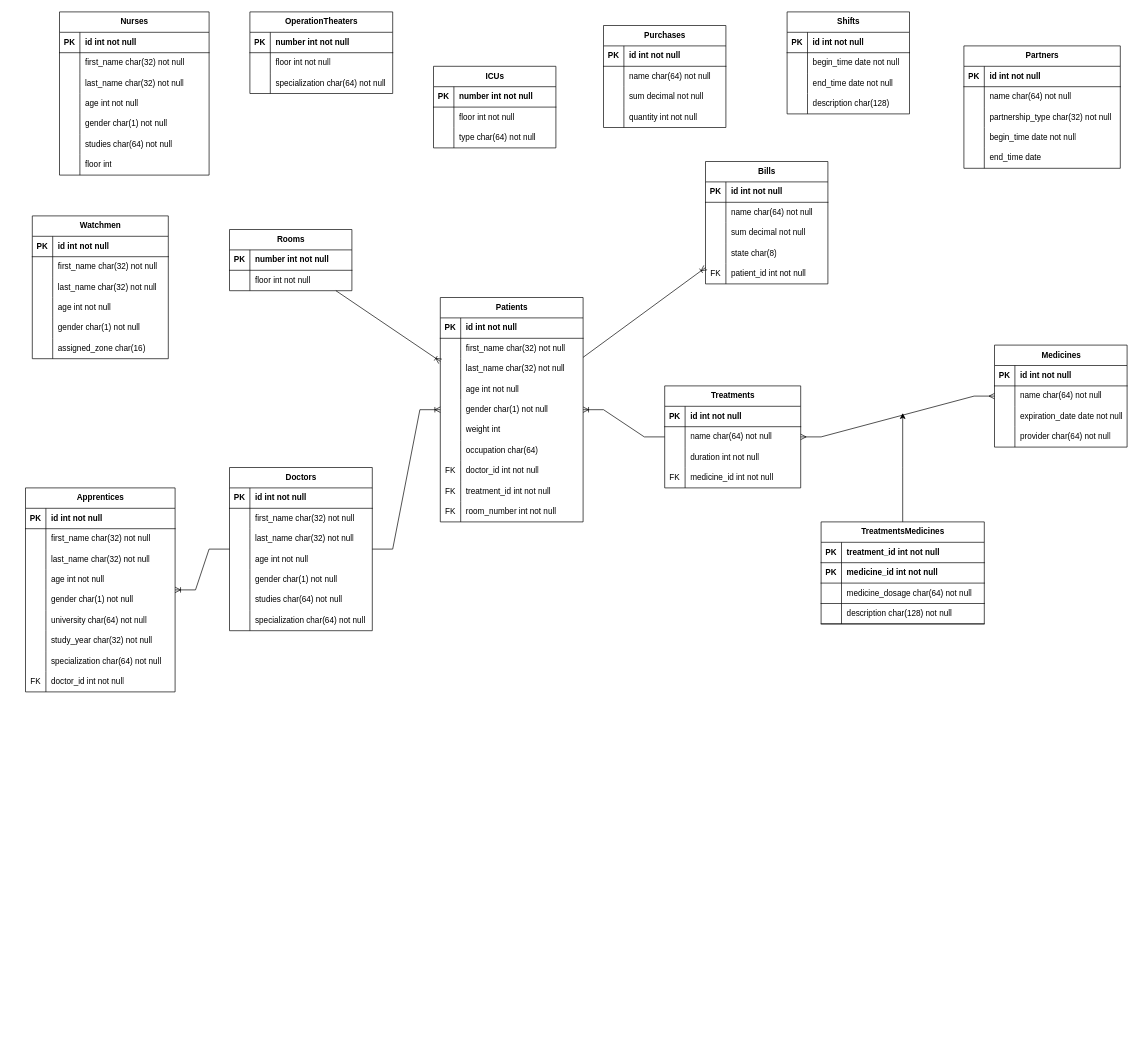
Before: relational_model.drawio in SimonMaracine/hospital-database-project, a draw.io diagram. Source tidied: cells renumbered, new cells numbered last; positions are measured from the earlier drawing's top-left corner, leaving out a move shared by most shapes. Both pictures are drawn from the tidied source at 68%, with x=0, y=0 at pixel (25, 12).
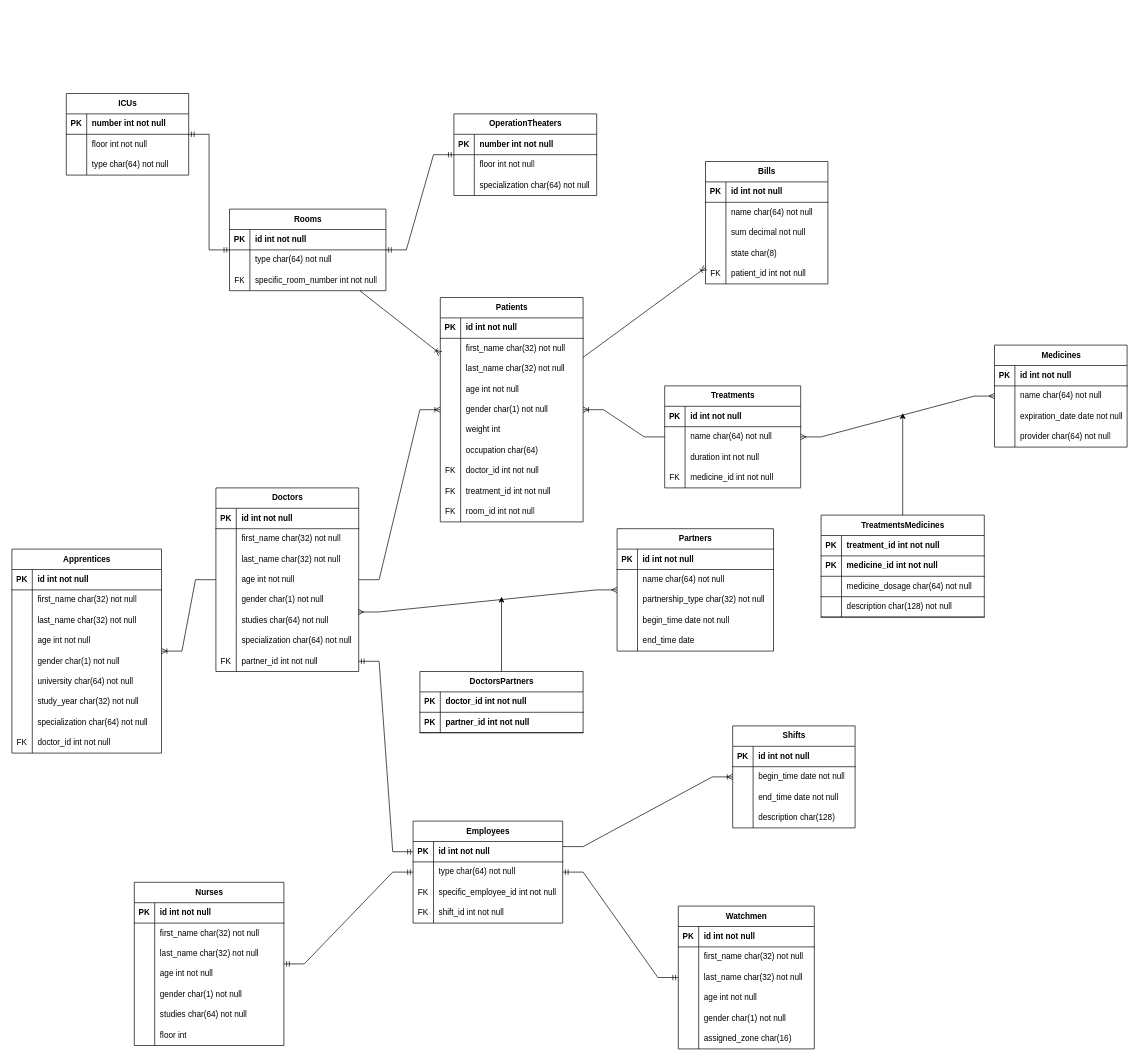
The same page after the edit.

Commit message (it also covers changes not shown here):
Remake the relational model diagram and fix a thing in E-R

Unchanged cells that the change refers to:
```xml
<mxCell id="133" style="shape=tableRow;horizontal=0;startSize=0;swimlaneHead=0;swimlaneBody=0;fillColor=none;top=0;left=0;right=0;bottom=0;" parent="105" vertex="1">
  <mxGeometry y="300" width="210" height="30" as="geometry" />
</mxCell>
<mxCell id="172" style="shape=tableRow;horizontal=0;startSize=0;swimlaneHead=0;swimlaneBody=0;fillColor=none;points=[[0,0.5],[1,0.5]];portConstraint=eastwest;top=0;left=0;right=0;bottom=0;" parent="159" vertex="1">
  <mxGeometry y="150" width="210" height="30" as="geometry" />
</mxCell>
```

Diff of the diagram source:
```diff
@@
     <mxCell id="2" value="Nurses" style="shape=table;startSize=30;childLayout=tableLayout;rowLines=0;fontStyle=1;align=center;html=1;" parent="1" vertex="1">
-      <mxGeometry x="50" width="220" height="240" as="geometry" />
+      <mxGeometry x="160" y="1280" width="220" height="240" as="geometry" />
     </mxCell>
@@
     <mxCell id="24" value="ICUs" style="shape=table;startSize=30;childLayout=tableLayout;rowLines=0;fontStyle=1;align=center;html=1;" parent="1" vertex="1">
-      <mxGeometry x="600" y="80" width="180" height="120" as="geometry" />
+      <mxGeometry x="60" y="120" width="180" height="120" as="geometry" />
     </mxCell>
@@
     <mxCell id="34" value="OperationTheaters" style="shape=table;startSize=30;childLayout=tableLayout;rowLines=0;fontStyle=1;align=center;html=1;" parent="1" vertex="1">
-      <mxGeometry x="330" width="210" height="120" as="geometry" />
+      <mxGeometry x="630" y="150" width="210" height="120" as="geometry" />
     </mxCell>
@@
     <mxCell id="44" value="Watchmen" style="shape=table;startSize=30;childLayout=tableLayout;rowLines=0;fontStyle=1;align=center;html=1;" parent="1" vertex="1">
-      <mxGeometry x="10" y="300" width="200" height="210" as="geometry" />
+      <mxGeometry x="960" y="1315" width="200" height="210" as="geometry" />
     </mxCell>
@@
-    <mxCell id="63" value="Purchases" style="shape=table;startSize=30;childLayout=tableLayout;rowLines=0;fontStyle=1;align=center;html=1;" parent="1" vertex="1">
-      <mxGeometry x="850" y="20" width="180" height="150" as="geometry" />
-    </mxCell>
-    <mxCell id="64" style="shape=tableRow;horizontal=0;startSize=0;swimlaneHead=0;swimlaneBody=0;fillColor=none;top=0;left=0;right=0;bottom=1;" parent="63" vertex="1">
-      <mxGeometry y="30" width="180" height="30" as="geometry" />
-    </mxCell>
-    <mxCell id="65" value="PK" style="shape=partialRectangle;fillColor=none;top=0;left=0;bottom=0;right=0;fontStyle=1;overflow=hidden;whiteSpace=wrap;html=1;" parent="64" vertex="1">
-      <mxGeometry width="30" height="30" as="geometry" />
-    </mxCell>
-    <mxCell id="66" value="id int not null" style="shape=partialRectangle;fillColor=none;top=0;left=0;bottom=0;right=0;align=left;spacingLeft=6;fontStyle=1;overflow=hidden;whiteSpace=wrap;html=1;" parent="64" vertex="1">
-      <mxGeometry x="30" width="150" height="30" as="geometry" />
-    </mxCell>
-    <mxCell id="67" style="shape=tableRow;horizontal=0;startSize=0;swimlaneHead=0;swimlaneBody=0;fillColor=none;top=0;left=0;right=0;bottom=0;" parent="63" vertex="1">
-      <mxGeometry y="60" width="180" height="30" as="geometry" />
-    </mxCell>
-    <mxCell id="68" style="shape=partialRectangle;fillColor=none;top=0;left=0;bottom=0;right=0;overflow=hidden;whiteSpace=wrap;html=1;" parent="67" vertex="1">
-      <mxGeometry width="30" height="30" as="geometry" />
-    </mxCell>
-    <mxCell id="69" value="name char(64) not null" style="shape=partialRectangle;fillColor=none;top=0;left=0;bottom=0;right=0;align=left;spacingLeft=6;overflow=hidden;whiteSpace=wrap;html=1;" parent="67" vertex="1">
-      <mxGeometry x="30" width="150" height="30" as="geometry" />
-    </mxCell>
-    <mxCell id="70" style="shape=tableRow;horizontal=0;startSize=0;swimlaneHead=0;swimlaneBody=0;fillColor=none;top=0;left=0;right=0;bottom=0;" parent="63" vertex="1">
-      <mxGeometry y="90" width="180" height="30" as="geometry" />
-    </mxCell>
-    <mxCell id="71" style="shape=partialRectangle;fillColor=none;top=0;left=0;bottom=0;right=0;overflow=hidden;whiteSpace=wrap;html=1;" parent="70" vertex="1">
-      <mxGeometry width="30" height="30" as="geometry" />
-    </mxCell>
-    <mxCell id="72" value="sum decimal not null" style="shape=partialRectangle;fillColor=none;top=0;left=0;bottom=0;right=0;align=left;spacingLeft=6;overflow=hidden;whiteSpace=wrap;html=1;" parent="70" vertex="1">
-      <mxGeometry x="30" width="150" height="30" as="geometry" />
-    </mxCell>
-    <mxCell id="73" style="shape=tableRow;horizontal=0;startSize=0;swimlaneHead=0;swimlaneBody=0;fillColor=none;top=0;left=0;right=0;bottom=0;" parent="63" vertex="1">
-      <mxGeometry y="120" width="180" height="30" as="geometry" />
-    </mxCell>
-    <mxCell id="74" style="shape=partialRectangle;fillColor=none;top=0;left=0;bottom=0;right=0;overflow=hidden;whiteSpace=wrap;html=1;" parent="73" vertex="1">
-      <mxGeometry width="30" height="30" as="geometry" />
-    </mxCell>
-    <mxCell id="75" value="quantity int not null" style="shape=partialRectangle;fillColor=none;top=0;left=0;bottom=0;right=0;align=left;spacingLeft=6;overflow=hidden;whiteSpace=wrap;html=1;" parent="73" vertex="1">
-      <mxGeometry x="30" width="150" height="30" as="geometry" />
-    </mxCell>
     <mxCell id="76" value="Shifts" style="shape=table;startSize=30;childLayout=tableLayout;rowLines=0;fontStyle=1;align=center;html=1;" parent="1" vertex="1">
-      <mxGeometry x="1120" width="180" height="150" as="geometry" />
+      <mxGeometry x="1040" y="1050" width="180" height="150" as="geometry" />
     </mxCell>
@@
     <mxCell id="89" value="Partners" style="shape=table;startSize=30;childLayout=tableLayout;rowLines=0;fontStyle=1;align=center;html=1;" parent="1" vertex="1">
-      <mxGeometry x="1380" y="50" width="230" height="180" as="geometry" />
+      <mxGeometry x="870" y="760" width="230" height="180" as="geometry" />
     </mxCell>
@@
-    <mxCell id="135" value="room_number int not null" style="shape=partialRectangle;fillColor=none;top=0;left=0;bottom=0;right=0;align=left;spacingLeft=6;overflow=hidden;whiteSpace=wrap;html=1;" parent="133" vertex="1">
+    <mxCell id="135" value="room_id int not null" style="shape=partialRectangle;fillColor=none;top=0;left=0;bottom=0;right=0;align=left;spacingLeft=6;overflow=hidden;whiteSpace=wrap;html=1;" parent="133" vertex="1">
       <mxGeometry x="30" width="180" height="30" as="geometry" />
     </mxCell>
     <mxCell id="136" value="Rooms" style="shape=table;startSize=30;childLayout=tableLayout;rowLines=0;fontStyle=1;align=center;html=1;" parent="1" vertex="1">
-      <mxGeometry x="300" y="320" width="180" height="90" as="geometry" />
+      <mxGeometry x="300" y="290" width="230" height="120" as="geometry" />
     </mxCell>
     <mxCell id="137" style="shape=tableRow;horizontal=0;startSize=0;swimlaneHead=0;swimlaneBody=0;fillColor=none;top=0;left=0;right=0;bottom=1;" parent="136" vertex="1">
-      <mxGeometry y="30" width="180" height="30" as="geometry" />
+      <mxGeometry y="30" width="230" height="30" as="geometry" />
     </mxCell>
@@
-    <mxCell id="139" value="number int not null" style="shape=partialRectangle;fillColor=none;top=0;left=0;bottom=0;right=0;align=left;spacingLeft=6;fontStyle=1;overflow=hidden;whiteSpace=wrap;html=1;" parent="137" vertex="1">
-      <mxGeometry x="30" width="150" height="30" as="geometry" />
+    <mxCell id="139" value="id int not null" style="shape=partialRectangle;fillColor=none;top=0;left=0;bottom=0;right=0;align=left;spacingLeft=6;fontStyle=1;overflow=hidden;whiteSpace=wrap;html=1;" parent="137" vertex="1">
+      <mxGeometry x="30" width="200" height="30" as="geometry" />
     </mxCell>
-    <mxCell id="140" style="shape=tableRow;horizontal=0;startSize=0;swimlaneHead=0;swimlaneBody=0;fillColor=none;top=0;left=0;right=0;bottom=0;" parent="136" vertex="1">
-      <mxGeometry y="60" width="180" height="30" as="geometry" />
-    </mxCell>
-    <mxCell id="141" style="shape=partialRectangle;fillColor=none;top=0;left=0;bottom=0;right=0;overflow=hidden;whiteSpace=wrap;html=1;" parent="140" vertex="1">
-      <mxGeometry width="30" height="30" as="geometry" />
-    </mxCell>
-    <mxCell id="142" value="floor int not null" style="shape=partialRectangle;fillColor=none;top=0;left=0;bottom=0;right=0;align=left;spacingLeft=6;overflow=hidden;whiteSpace=wrap;html=1;" parent="140" vertex="1">
-      <mxGeometry x="30" width="150" height="30" as="geometry" />
-    </mxCell>
+    <mxCell id="255" style="shape=tableRow;horizontal=0;startSize=0;swimlaneHead=0;swimlaneBody=0;fillColor=none;top=0;left=0;right=0;bottom=0;" parent="136" vertex="1">
+      <mxGeometry y="60" width="230" height="30" as="geometry" />
+    </mxCell>
+    <mxCell id="256" style="shape=partialRectangle;fillColor=none;top=0;left=0;bottom=0;right=0;overflow=hidden;whiteSpace=wrap;html=1;" parent="255" vertex="1">
+      <mxGeometry width="30" height="30" as="geometry" />
+    </mxCell>
+    <mxCell id="257" value="type char(64) not null" style="shape=partialRectangle;fillColor=none;top=0;left=0;bottom=0;right=0;align=left;spacingLeft=6;overflow=hidden;whiteSpace=wrap;html=1;" parent="255" vertex="1">
+      <mxGeometry x="30" width="200" height="30" as="geometry" />
+    </mxCell>
+    <mxCell id="258" style="shape=tableRow;horizontal=0;startSize=0;swimlaneHead=0;swimlaneBody=0;fillColor=none;top=0;left=0;right=0;bottom=0;" parent="136" vertex="1">
+      <mxGeometry y="90" width="230" height="30" as="geometry" />
+    </mxCell>
+    <mxCell id="259" value="FK" style="shape=partialRectangle;fillColor=none;top=0;left=0;bottom=0;right=0;overflow=hidden;whiteSpace=wrap;html=1;" parent="258" vertex="1">
+      <mxGeometry width="30" height="30" as="geometry" />
+    </mxCell>
+    <mxCell id="260" value="specific_room_number int not null" style="shape=partialRectangle;fillColor=none;top=0;left=0;bottom=0;right=0;align=left;spacingLeft=6;overflow=hidden;whiteSpace=wrap;html=1;" parent="258" vertex="1">
+      <mxGeometry x="30" width="200" height="30" as="geometry" />
+    </mxCell>
@@
     <mxCell id="159" value="Doctors" style="shape=table;startSize=30;childLayout=tableLayout;rowLines=0;fontStyle=1;align=center;html=1;" parent="1" vertex="1">
-      <mxGeometry x="300" y="670" width="210" height="240" as="geometry" />
+      <mxGeometry x="280" y="700" width="210" height="270" as="geometry" />
     </mxCell>
@@
+    <mxCell id="261" style="shape=tableRow;horizontal=0;startSize=0;swimlaneHead=0;swimlaneBody=0;fillColor=none;points=[[0,0.5],[1,0.5]];portConstraint=eastwest;top=0;left=0;right=0;bottom=0;" parent="159" vertex="1">
+      <mxGeometry y="240" width="210" height="30" as="geometry" />
+    </mxCell>
+    <mxCell id="262" value="FK" style="shape=partialRectangle;fillColor=none;top=0;left=0;bottom=0;right=0;overflow=hidden;whiteSpace=wrap;html=1;" parent="261" vertex="1">
+      <mxGeometry width="30" height="30" as="geometry" />
+    </mxCell>
+    <mxCell id="263" value="partner_id int not null" style="shape=partialRectangle;fillColor=none;top=0;left=0;bottom=0;right=0;align=left;spacingLeft=6;overflow=hidden;whiteSpace=wrap;html=1;" parent="261" vertex="1">
+      <mxGeometry x="30" width="180" height="30" as="geometry" />
+    </mxCell>
     <mxCell id="181" value="Apprentices" style="shape=table;startSize=30;childLayout=tableLayout;rowLines=0;fontStyle=1;align=center;html=1;" parent="1" vertex="1">
-      <mxGeometry y="700" width="220" height="300" as="geometry" />
+      <mxGeometry x="-20" y="790" width="220" height="300" as="geometry" />
     </mxCell>
@@
-    <mxCell id="235" style="edgeStyle=orthogonalEdgeStyle;rounded=0;jettySize=auto;html=1;exitX=0.5;exitY=0;exitDx=0;exitDy=0;" parent="1" edge="1" source="242">
-      <mxGeometry relative="1" as="geometry">
-        <mxPoint x="1290" y="590" as="targetPoint" />
-      </mxGeometry>
-    </mxCell>
@@
     <mxCell id="242" value="TreatmentsMedicines" style="shape=table;startSize=30;childLayout=tableLayout;rowLines=0;fontStyle=1;align=center;html=1;" parent="1" vertex="1">
-      <mxGeometry x="1170" y="750" width="240" height="150" as="geometry" />
+      <mxGeometry x="1170" y="740" width="240" height="150" as="geometry" />
     </mxCell>
@@
+    <mxCell id="264" style="edgeStyle=entityRelationEdgeStyle;fontSize=12;html=1;endArrow=ERmany;startArrow=ERmany;rounded=0;exitX=0.996;exitY=1.083;exitDx=0;exitDy=0;exitPerimeter=0;" parent="1" edge="1" source="172" target="89">
+      <mxGeometry relative="1" as="geometry" />
+    </mxCell>
+    <mxCell id="265" value="Employees" style="shape=table;startSize=30;childLayout=tableLayout;rowLines=0;fontStyle=1;align=center;html=1;" parent="1" vertex="1">
+      <mxGeometry x="570" y="1190" width="220" height="150" as="geometry" />
+    </mxCell>
+    <mxCell id="266" style="shape=tableRow;horizontal=0;startSize=0;swimlaneHead=0;swimlaneBody=0;fillColor=none;points=[[0,0.5],[1,0.5]];portConstraint=eastwest;top=0;left=0;right=0;bottom=1;" parent="265" vertex="1">
+      <mxGeometry y="30" width="220" height="30" as="geometry" />
+    </mxCell>
+    <mxCell id="267" value="PK" style="shape=partialRectangle;fillColor=none;top=0;left=0;bottom=0;right=0;fontStyle=1;overflow=hidden;whiteSpace=wrap;html=1;" parent="266" vertex="1">
+      <mxGeometry width="30" height="30" as="geometry" />
+    </mxCell>
+    <mxCell id="66" value="id int not null" style="shape=partialRectangle;fillColor=none;top=0;left=0;bottom=0;right=0;align=left;spacingLeft=6;fontStyle=1;overflow=hidden;whiteSpace=wrap;html=1;" parent="266" vertex="1">
+      <mxGeometry x="30" width="190" height="30" as="geometry" />
+    </mxCell>
+    <mxCell id="268" style="shape=tableRow;horizontal=0;startSize=0;swimlaneHead=0;swimlaneBody=0;fillColor=none;top=0;left=0;right=0;bottom=0;" parent="265" vertex="1">
+      <mxGeometry y="60" width="220" height="30" as="geometry" />
+    </mxCell>
+    <mxCell id="269" style="shape=partialRectangle;fillColor=none;top=0;left=0;bottom=0;right=0;overflow=hidden;whiteSpace=wrap;html=1;" parent="268" vertex="1">
+      <mxGeometry width="30" height="30" as="geometry" />
+    </mxCell>
+    <mxCell id="270" value="type char(64) not null" style="shape=partialRectangle;fillColor=none;top=0;left=0;bottom=0;right=0;align=left;spacingLeft=6;overflow=hidden;whiteSpace=wrap;html=1;" parent="268" vertex="1">
+      <mxGeometry x="30" width="190" height="30" as="geometry" />
+    </mxCell>
+    <mxCell id="271" style="shape=tableRow;horizontal=0;startSize=0;swimlaneHead=0;swimlaneBody=0;fillColor=none;top=0;left=0;right=0;bottom=0;" parent="265" vertex="1">
+      <mxGeometry y="90" width="220" height="30" as="geometry" />
+    </mxCell>
+    <mxCell id="272" value="FK" style="shape=partialRectangle;fillColor=none;top=0;left=0;bottom=0;right=0;overflow=hidden;whiteSpace=wrap;html=1;" parent="271" vertex="1">
+      <mxGeometry width="30" height="30" as="geometry" />
+    </mxCell>
+    <mxCell id="273" value="specific_employee_id int not null" style="shape=partialRectangle;fillColor=none;top=0;left=0;bottom=0;right=0;align=left;spacingLeft=6;overflow=hidden;whiteSpace=wrap;html=1;" parent="271" vertex="1">
+      <mxGeometry x="30" width="190" height="30" as="geometry" />
+    </mxCell>
+    <mxCell id="274" style="shape=tableRow;horizontal=0;startSize=0;swimlaneHead=0;swimlaneBody=0;fillColor=none;top=0;left=0;right=0;bottom=0;" parent="265" vertex="1">
+      <mxGeometry y="120" width="220" height="30" as="geometry" />
+    </mxCell>
+    <mxCell id="275" value="FK" style="shape=partialRectangle;fillColor=none;top=0;left=0;bottom=0;right=0;overflow=hidden;whiteSpace=wrap;html=1;" parent="274" vertex="1">
+      <mxGeometry width="30" height="30" as="geometry" />
+    </mxCell>
+    <mxCell id="276" value="shift_id int not null" style="shape=partialRectangle;fillColor=none;top=0;left=0;bottom=0;right=0;align=left;spacingLeft=6;overflow=hidden;whiteSpace=wrap;html=1;" parent="274" vertex="1">
+      <mxGeometry x="30" width="190" height="30" as="geometry" />
+    </mxCell>
+    <mxCell id="277" style="edgeStyle=entityRelationEdgeStyle;fontSize=12;html=1;endArrow=ERmandOne;startArrow=ERmandOne;rounded=0;" parent="1" edge="1" source="2" target="265">
+      <mxGeometry relative="1" as="geometry" />
+    </mxCell>
+    <mxCell id="278" style="edgeStyle=entityRelationEdgeStyle;fontSize=12;html=1;endArrow=ERmandOne;startArrow=ERmandOne;rounded=0;" parent="1" edge="1" source="265" target="44">
+      <mxGeometry relative="1" as="geometry" />
+    </mxCell>
+    <mxCell id="279" style="edgeStyle=entityRelationEdgeStyle;fontSize=12;html=1;endArrow=ERoneToMany;rounded=0;exitX=1;exitY=0.25;exitDx=0;exitDy=0;" parent="1" edge="1" source="265" target="76">
+      <mxGeometry relative="1" as="geometry" />
+    </mxCell>
+    <mxCell id="280" style="edgeStyle=entityRelationEdgeStyle;fontSize=12;html=1;endArrow=ERmandOne;startArrow=ERmandOne;rounded=0;entryX=0;entryY=0.5;entryDx=0;entryDy=0;exitX=1;exitY=0.5;exitDx=0;exitDy=0;" parent="1" edge="1" source="261" target="266">
+      <mxGeometry relative="1" as="geometry">
+        <Array as="points">
+          <mxPoint x="560" y="1160" />
+          <mxPoint x="560" y="1150" />
+        </Array>
+      </mxGeometry>
+    </mxCell>
+    <mxCell id="281" style="edgeStyle=entityRelationEdgeStyle;fontSize=12;html=1;endArrow=ERmandOne;startArrow=ERmandOne;rounded=0;" parent="1" edge="1" source="24" target="136">
+      <mxGeometry relative="1" as="geometry" />
+    </mxCell>
+    <mxCell id="282" style="edgeStyle=entityRelationEdgeStyle;fontSize=12;html=1;endArrow=ERmandOne;startArrow=ERmandOne;rounded=0;" parent="1" edge="1" source="136" target="34">
+      <mxGeometry relative="1" as="geometry" />
+    </mxCell>
+    <mxCell id="283" value="DoctorsPartners" style="shape=table;startSize=30;childLayout=tableLayout;rowLines=0;fontStyle=1;align=center;html=1;" parent="1" vertex="1">
+      <mxGeometry x="580" y="970" width="240" height="90" as="geometry" />
+    </mxCell>
+    <mxCell id="284" style="shape=tableRow;horizontal=0;startSize=0;swimlaneHead=0;swimlaneBody=0;fillColor=none;top=0;left=0;right=0;bottom=1;" parent="283" vertex="1">
+      <mxGeometry y="30" width="240" height="30" as="geometry" />
+    </mxCell>
+    <mxCell id="285" value="PK" style="shape=partialRectangle;fillColor=none;top=0;left=0;bottom=0;right=0;fontStyle=1;overflow=hidden;whiteSpace=wrap;html=1;" parent="284" vertex="1">
+      <mxGeometry width="30" height="30" as="geometry" />
+    </mxCell>
+    <mxCell id="286" value="doctor_id int not null" style="shape=partialRectangle;fillColor=none;top=0;left=0;bottom=0;right=0;align=left;spacingLeft=6;fontStyle=1;overflow=hidden;whiteSpace=wrap;html=1;" parent="284" vertex="1">
+      <mxGeometry x="30" width="210" height="30" as="geometry" />
+    </mxCell>
+    <mxCell id="287" style="shape=tableRow;horizontal=0;startSize=0;swimlaneHead=0;swimlaneBody=0;fillColor=none;top=0;left=0;right=0;bottom=1;" parent="283" vertex="1">
+      <mxGeometry y="60" width="240" height="30" as="geometry" />
+    </mxCell>
+    <mxCell id="288" value="PK" style="shape=partialRectangle;fillColor=none;top=0;left=0;bottom=0;right=0;fontStyle=1;overflow=hidden;whiteSpace=wrap;html=1;" parent="287" vertex="1">
+      <mxGeometry width="30" height="30" as="geometry" />
+    </mxCell>
+    <mxCell id="289" value="partner_id int not null" style="shape=partialRectangle;fillColor=none;top=0;left=0;bottom=0;right=0;align=left;spacingLeft=6;fontStyle=1;overflow=hidden;whiteSpace=wrap;html=1;" parent="287" vertex="1">
+      <mxGeometry x="30" width="210" height="30" as="geometry" />
+    </mxCell>
+    <mxCell id="290" style="endArrow=classic;html=1;rounded=0;" parent="1" edge="1" source="283">
+      <mxGeometry relative="1" as="geometry">
+        <mxPoint x="700" y="860" as="targetPoint" />
+      </mxGeometry>
+    </mxCell>
+    <mxCell id="291" style="endArrow=classic;html=1;rounded=0;" parent="1" edge="1" source="242">
+      <mxGeometry relative="1" as="geometry">
+        <mxPoint x="1290" y="590" as="targetPoint" />
+      </mxGeometry>
+    </mxCell>
```
